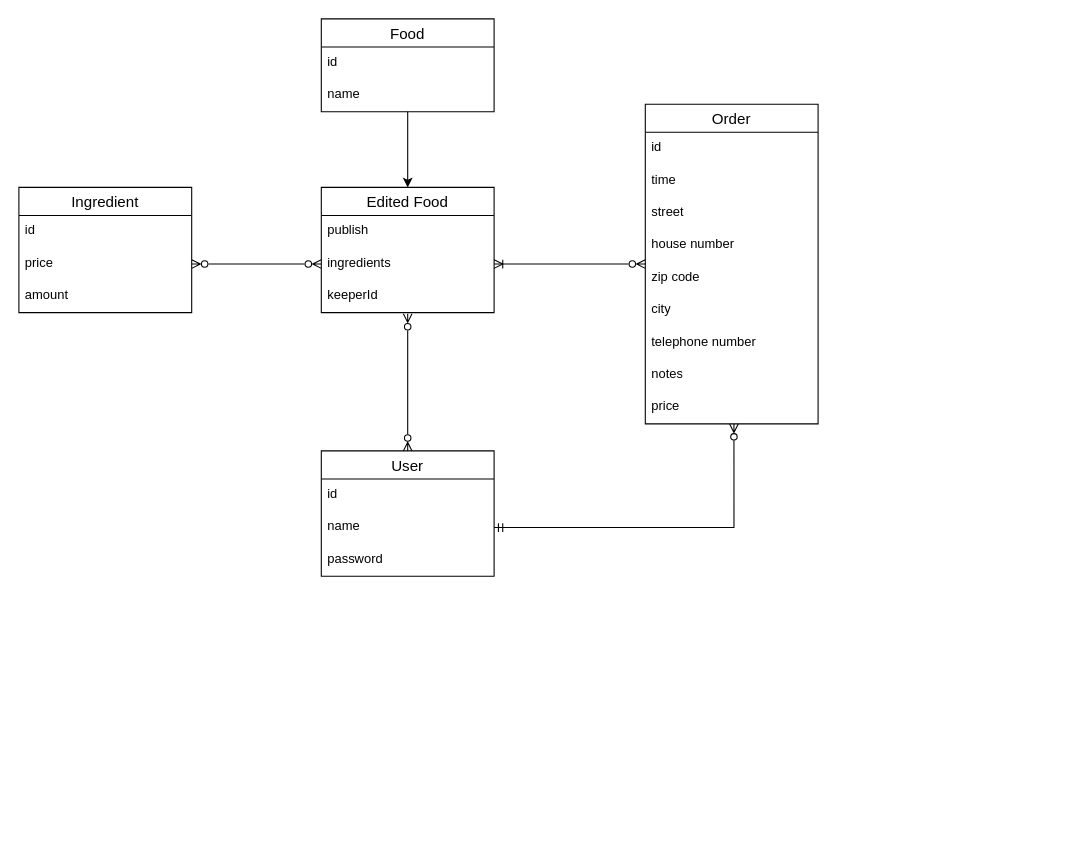
Above: assets/iis_er_diagram.drawio in iis-itu-team/itu-project (draw.io), before the change. Source tidied: cells renumbered, new cells numbered last; positions are measured from the earlier drawing's top-left corner, leaving out a move shared by most shapes. Both pictures are drawn from the tidied source at 108%, with x=0, y=0 at pixel (18, 18).
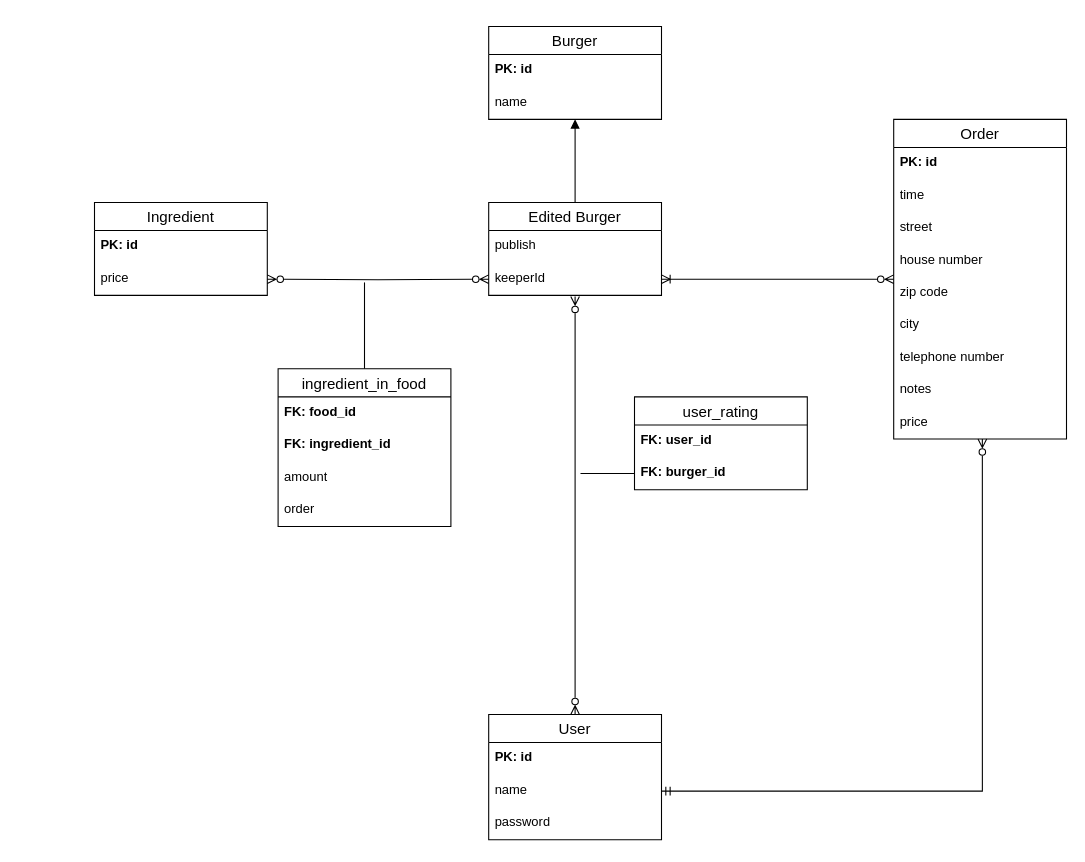
The same page after the edit.

Commit message (it also covers changes not shown here):
feat(ER): add relationship attributes

The change refers to these unchanged cells:
```xml
<mxCell id="4" value="price&lt;span style=&quot;white-space: pre;&quot;&gt;&#9;&lt;/span&gt;&lt;span style=&quot;white-space: pre;&quot;&gt;&#9;&lt;/span&gt;&lt;span style=&quot;white-space: pre;&quot;&gt;&#9;&lt;/span&gt;" style="text;strokeColor=none;fillColor=none;spacingLeft=4;spacingRight=4;overflow=hidden;points=[[0,0.5],[1,0.5]];portConstraint=eastwest;fontSize=12;whiteSpace=wrap;html=1;" parent="2" vertex="1">
  <mxGeometry y="56" width="160" height="30" as="geometry" />
</mxCell>
```

What changed in the source:
```diff
@@
     <mxCell id="2" value="Ingredient" style="swimlane;fontStyle=0;horizontal=1;startSize=26;align=center;fontSize=14;" parent="1" vertex="1">
-      <mxGeometry y="156" width="160" height="116" as="geometry" />
+      <mxGeometry x="70" y="170" width="160" height="86" as="geometry" />
     </mxCell>
-    <mxCell id="3" value="id&lt;span style=&quot;white-space: pre;&quot;&gt;&#9;&lt;/span&gt;" style="text;strokeColor=none;fillColor=none;spacingLeft=4;spacingRight=4;overflow=hidden;fontSize=12;whiteSpace=wrap;html=1;" parent="2" vertex="1">
-      <mxGeometry y="26" width="160" height="30" as="geometry" />
-    </mxCell>
+    <mxCell id="32" value="&lt;div&gt;&lt;b&gt;PK: id&lt;span style=&quot;white-space: pre;&quot;&gt;&#9;&lt;/span&gt;&lt;/b&gt;&lt;/div&gt;&lt;b&gt;&lt;br&gt;&lt;/b&gt;" style="text;strokeColor=none;fillColor=none;spacingLeft=4;spacingRight=4;overflow=hidden;fontSize=12;whiteSpace=wrap;html=1;" parent="2" vertex="1">
+      <mxGeometry y="26" width="160" height="30" as="geometry" />
+    </mxCell>
@@
-    <mxCell id="5" value="amount" style="text;strokeColor=none;fillColor=none;spacingLeft=4;spacingRight=4;overflow=hidden;fontSize=12;whiteSpace=wrap;html=1;" parent="2" vertex="1">
-      <mxGeometry y="86" width="160" height="30" as="geometry" />
-    </mxCell>
-    <mxCell id="6" style="edgeStyle=orthogonalEdgeStyle;rounded=0;jettySize=auto;html=1;entryX=0.5;entryY=0;entryDx=0;entryDy=0;" parent="1" edge="1" source="7" target="10">
+    <mxCell id="6" style="edgeStyle=orthogonalEdgeStyle;rounded=0;jettySize=auto;html=1;entryX=0.5;entryY=0;entryDx=0;entryDy=0;endArrow=none;endFill=0;startArrow=block;startFill=1;" parent="1" edge="1" source="7" target="10">
       <mxGeometry relative="1" as="geometry" />
     </mxCell>
-    <mxCell id="7" value="Food" style="swimlane;fontStyle=0;horizontal=1;startSize=26;align=center;fontSize=14;" parent="1" vertex="1">
-      <mxGeometry x="280" width="160" height="86" as="geometry" />
+    <mxCell id="7" value="Burger" style="swimlane;fontStyle=0;horizontal=1;startSize=26;align=center;fontSize=14;" parent="1" vertex="1">
+      <mxGeometry x="435" y="7" width="160" height="86" as="geometry" />
     </mxCell>
-    <mxCell id="8" value="&lt;div&gt;id&lt;span style=&quot;white-space: pre;&quot;&gt;&#9;&lt;/span&gt;&lt;/div&gt;&lt;br&gt;" style="text;strokeColor=none;fillColor=none;spacingLeft=4;spacingRight=4;overflow=hidden;fontSize=12;whiteSpace=wrap;html=1;" parent="7" vertex="1">
+    <mxCell id="8" value="&lt;div&gt;&lt;b&gt;PK: id&lt;span style=&quot;white-space: pre;&quot;&gt;&#9;&lt;/span&gt;&lt;/b&gt;&lt;/div&gt;&lt;b&gt;&lt;br&gt;&lt;/b&gt;" style="text;strokeColor=none;fillColor=none;spacingLeft=4;spacingRight=4;overflow=hidden;fontSize=12;whiteSpace=wrap;html=1;" parent="7" vertex="1">
       <mxGeometry y="26" width="160" height="30" as="geometry" />
     </mxCell>
@@
-    <mxCell id="10" value="Edited Food" style="swimlane;fontStyle=0;horizontal=1;startSize=26;align=center;fontSize=14;" parent="1" vertex="1">
-      <mxGeometry x="280" y="156" width="160" height="116" as="geometry" />
+    <mxCell id="10" value="Edited Burger" style="swimlane;fontStyle=0;horizontal=1;startSize=26;align=center;fontSize=14;" parent="1" vertex="1">
+      <mxGeometry x="435" y="170" width="160" height="86" as="geometry" />
     </mxCell>
@@
-    <mxCell id="12" value="ingredients" style="text;strokeColor=none;fillColor=none;spacingLeft=4;spacingRight=4;overflow=hidden;points=[[0,0.5],[1,0.5]];portConstraint=eastwest;fontSize=12;whiteSpace=wrap;html=1;" parent="10" vertex="1">
-      <mxGeometry y="56" width="160" height="30" as="geometry" />
-    </mxCell>
     <mxCell id="13" value="keeperId" style="text;strokeColor=none;fillColor=none;spacingLeft=4;spacingRight=4;overflow=hidden;points=[[0,0.5],[1,0.5]];portConstraint=eastwest;fontSize=12;whiteSpace=wrap;html=1;" parent="10" vertex="1">
-      <mxGeometry y="86" width="160" height="30" as="geometry" />
+      <mxGeometry y="56" width="160" height="30" as="geometry" />
     </mxCell>
-    <mxCell id="14" style="edgeStyle=orthogonalEdgeStyle;rounded=0;jettySize=auto;html=1;entryX=1;entryY=0.5;entryDx=0;entryDy=0;endArrow=ERzeroToMany;endFill=0;startArrow=ERzeroToMany;startFill=0;" parent="1" edge="1" source="12" target="4">
-      <mxGeometry relative="1" as="geometry" />
+    <mxCell id="14" style="edgeStyle=orthogonalEdgeStyle;rounded=0;jettySize=auto;html=1;entryX=1;entryY=0.5;entryDx=0;entryDy=0;endArrow=ERzeroToMany;endFill=0;startArrow=ERzeroToMany;startFill=0;" parent="1" edge="1" target="4">
+      <mxGeometry relative="1" as="geometry">
+        <mxPoint x="435" y="241" as="sourcePoint" />
+      </mxGeometry>
     </mxCell>
     <mxCell id="15" value="User" style="swimlane;fontStyle=0;horizontal=1;startSize=26;align=center;fontSize=14;" parent="1" vertex="1">
-      <mxGeometry x="280" y="400" width="160" height="116" as="geometry" />
+      <mxGeometry x="435" y="644" width="160" height="116" as="geometry" />
     </mxCell>
-    <mxCell id="16" value="id" style="text;strokeColor=none;fillColor=none;spacingLeft=4;spacingRight=4;overflow=hidden;fontSize=12;whiteSpace=wrap;html=1;" parent="15" vertex="1">
-      <mxGeometry y="26" width="160" height="30" as="geometry" />
-    </mxCell>
+    <mxCell id="33" value="&lt;div&gt;&lt;b&gt;PK: id&lt;span style=&quot;white-space: pre;&quot;&gt;&#9;&lt;/span&gt;&lt;/b&gt;&lt;/div&gt;&lt;b&gt;&lt;br&gt;&lt;/b&gt;" style="text;strokeColor=none;fillColor=none;spacingLeft=4;spacingRight=4;overflow=hidden;fontSize=12;whiteSpace=wrap;html=1;" parent="15" vertex="1">
+      <mxGeometry y="26" width="160" height="30" as="geometry" />
+    </mxCell>
@@
-    <mxCell id="19" style="edgeStyle=orthogonalEdgeStyle;rounded=0;jettySize=auto;html=1;entryX=1;entryY=0.5;entryDx=0;entryDy=0;endArrow=ERoneToMany;endFill=0;startArrow=ERzeroToMany;startFill=0;" parent="1" edge="1" source="20" target="12">
-      <mxGeometry relative="1" as="geometry" />
+    <mxCell id="19" style="edgeStyle=orthogonalEdgeStyle;rounded=0;jettySize=auto;html=1;entryX=1;entryY=0.5;entryDx=0;entryDy=0;endArrow=ERoneToMany;endFill=0;startArrow=ERzeroToMany;startFill=0;" parent="1" edge="1" source="20">
+      <mxGeometry relative="1" as="geometry">
+        <mxPoint x="595" y="241" as="targetPoint" />
+      </mxGeometry>
     </mxCell>
     <mxCell id="20" value="Order" style="swimlane;fontStyle=0;horizontal=1;startSize=26;align=center;fontSize=14;" parent="1" vertex="1">
-      <mxGeometry x="580" y="79" width="160" height="296" as="geometry" />
+      <mxGeometry x="810" y="93" width="160" height="296" as="geometry" />
     </mxCell>
-    <mxCell id="21" value="id" style="text;strokeColor=none;fillColor=none;spacingLeft=4;spacingRight=4;overflow=hidden;fontSize=12;whiteSpace=wrap;html=1;" parent="20" vertex="1">
-      <mxGeometry y="26" width="160" height="30" as="geometry" />
-    </mxCell>
+    <mxCell id="34" value="&lt;div&gt;&lt;b&gt;PK: id&lt;span style=&quot;white-space: pre;&quot;&gt;&#9;&lt;/span&gt;&lt;/b&gt;&lt;/div&gt;&lt;b&gt;&lt;br&gt;&lt;/b&gt;" style="text;strokeColor=none;fillColor=none;spacingLeft=4;spacingRight=4;overflow=hidden;fontSize=12;whiteSpace=wrap;html=1;" parent="20" vertex="1">
+      <mxGeometry y="26" width="160" height="30" as="geometry" />
+    </mxCell>
@@
+    <mxCell id="35" style="edgeStyle=orthogonalEdgeStyle;rounded=0;jettySize=auto;html=1;endArrow=none;endFill=0;" parent="1" edge="1" source="36">
+      <mxGeometry relative="1" as="geometry">
+        <mxPoint x="320" y="244" as="targetPoint" />
+      </mxGeometry>
+    </mxCell>
+    <mxCell id="36" value="ingredient_in_food" style="swimlane;fontStyle=0;horizontal=1;startSize=26;align=center;fontSize=14;" parent="1" vertex="1">
+      <mxGeometry x="240" y="324" width="160" height="146" as="geometry" />
+    </mxCell>
+    <mxCell id="37" value="&lt;b&gt;FK: food_id&lt;/b&gt;" style="text;strokeColor=none;fillColor=none;spacingLeft=4;spacingRight=4;overflow=hidden;fontSize=12;whiteSpace=wrap;html=1;" parent="36" vertex="1">
+      <mxGeometry y="26" width="160" height="30" as="geometry" />
+    </mxCell>
+    <mxCell id="38" value="&lt;div&gt;&lt;b&gt;FK: ingredient_id&lt;/b&gt;&lt;/div&gt;" style="text;strokeColor=none;fillColor=none;spacingLeft=4;spacingRight=4;overflow=hidden;fontSize=12;whiteSpace=wrap;html=1;" parent="36" vertex="1">
+      <mxGeometry y="56" width="160" height="30" as="geometry" />
+    </mxCell>
+    <mxCell id="5" value="amount" style="text;strokeColor=none;fillColor=none;spacingLeft=4;spacingRight=4;overflow=hidden;fontSize=12;whiteSpace=wrap;html=1;" parent="36" vertex="1">
+      <mxGeometry y="86" width="160" height="30" as="geometry" />
+    </mxCell>
+    <mxCell id="39" value="order" style="text;strokeColor=none;fillColor=none;spacingLeft=4;spacingRight=4;overflow=hidden;fontSize=12;whiteSpace=wrap;html=1;" parent="36" vertex="1">
+      <mxGeometry y="116" width="160" height="30" as="geometry" />
+    </mxCell>
+    <mxCell id="40" value="user_rating" style="swimlane;fontStyle=0;horizontal=1;startSize=26;align=center;fontSize=14;" parent="1" vertex="1">
+      <mxGeometry x="570" y="350" width="160" height="86" as="geometry" />
+    </mxCell>
+    <mxCell id="41" value="&lt;b&gt;FK: user_id&lt;br&gt;&lt;/b&gt;" style="text;strokeColor=none;fillColor=none;spacingLeft=4;spacingRight=4;overflow=hidden;fontSize=12;whiteSpace=wrap;html=1;" parent="40" vertex="1">
+      <mxGeometry y="26" width="160" height="30" as="geometry" />
+    </mxCell>
+    <mxCell id="42" style="edgeStyle=orthogonalEdgeStyle;rounded=0;jettySize=auto;html=1;endArrow=none;endFill=0;" parent="40" edge="1" source="43">
+      <mxGeometry relative="1" as="geometry">
+        <mxPoint x="-50" y="71" as="targetPoint" />
+      </mxGeometry>
+    </mxCell>
+    <mxCell id="43" value="&lt;b&gt;FK: burger_id&lt;br&gt;&lt;/b&gt;" style="text;strokeColor=none;fillColor=none;spacingLeft=4;spacingRight=4;overflow=hidden;points=[[0,0.5],[1,0.5]];portConstraint=eastwest;fontSize=12;whiteSpace=wrap;html=1;" parent="40" vertex="1">
+      <mxGeometry y="56" width="160" height="30" as="geometry" />
+    </mxCell>
```
